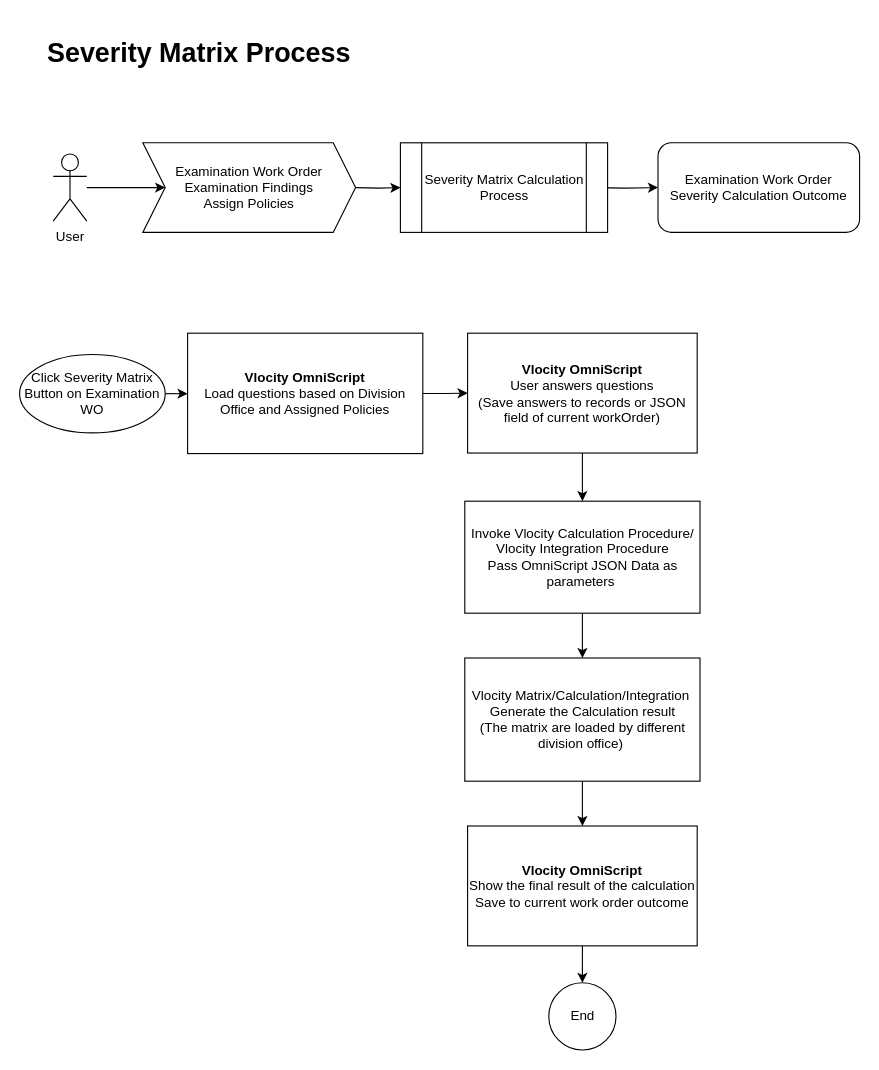
Earlier version of the draw.io diagram page "Flow" (2 of 2) of _draft/severityMatrix.drawio (z2/z2.github.io). Source tidied: cells renumbered, new cells numbered last; positions are measured from the earlier drawing's top-left corner, leaving out a move shared by most shapes. Both pictures are drawn from the tidied source at 112%, with x=0, y=0 at pixel (19, 30).
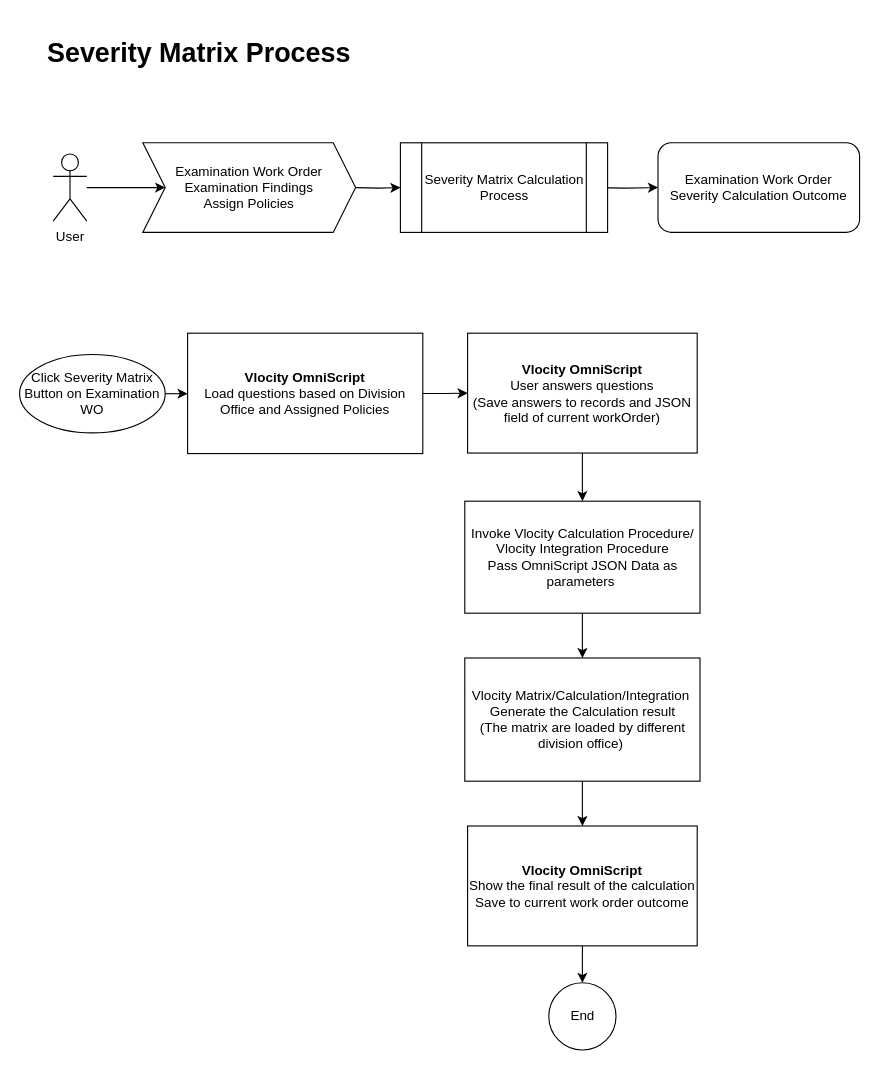
The same diagram, later.

What changed in the source:
```diff
@@
-    <mxCell id="15" value="&lt;b&gt;Vlocity OmniScript&lt;/b&gt;&lt;br&gt;User answers questions&lt;br&gt;(Save answers to records or JSON field of current workOrder)" style="rounded=0;whiteSpace=wrap;html=1;labelBackgroundColor=none;" parent="1" vertex="1">
+    <mxCell id="15" value="&lt;b&gt;Vlocity OmniScript&lt;/b&gt;&lt;br&gt;User answers questions&lt;br&gt;(Save answers to records and JSON field of current workOrder)" style="rounded=0;whiteSpace=wrap;html=1;labelBackgroundColor=none;" parent="1" vertex="1">
       <mxGeometry x="400" y="270" width="205" height="107" as="geometry" />
     </mxCell>
```
